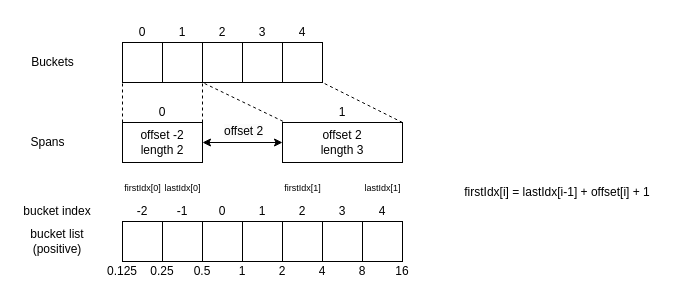
This is prometheus/prometheus-floathistogram-datastructure.drawio from fatsheep9146/drawio-registry, a draw.io file, before an edit. Source tidied: cells renumbered, new cells numbered last; positions are measured from the earlier drawing's top-left corner, leaving out a move shared by most shapes. Both pictures are drawn from the tidied source at 100%, with x=0, y=0 at pixel (17, 17).
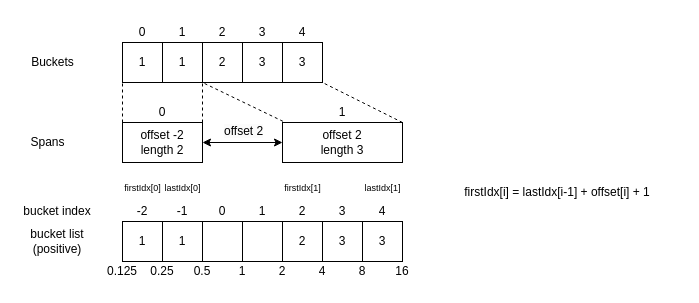
After the change.

Diff of the diagram source:
```diff
@@
-    <mxCell id="2" style="rounded=0;whiteSpace=wrap;html=1;" parent="1" vertex="1">
+    <mxCell id="2" value="1" style="rounded=0;whiteSpace=wrap;html=1;" parent="1" vertex="1">
       <mxGeometry x="105" y="204" width="40" height="40" as="geometry" />
     </mxCell>
@@
-    <mxCell id="6" style="rounded=0;whiteSpace=wrap;html=1;" parent="1" vertex="1">
+    <mxCell id="6" value="1" style="rounded=0;whiteSpace=wrap;html=1;" parent="1" vertex="1">
       <mxGeometry x="145" y="204" width="40" height="40" as="geometry" />
     </mxCell>
@@
-    <mxCell id="17" style="rounded=0;whiteSpace=wrap;html=1;" parent="1" vertex="1">
+    <mxCell id="17" value="2" style="rounded=0;whiteSpace=wrap;html=1;" parent="1" vertex="1">
       <mxGeometry x="265" y="204" width="40" height="40" as="geometry" />
     </mxCell>
@@
-    <mxCell id="22" style="rounded=0;whiteSpace=wrap;html=1;" parent="1" vertex="1">
+    <mxCell id="22" value="1" style="rounded=0;whiteSpace=wrap;html=1;" parent="1" vertex="1">
       <mxGeometry x="105" y="25" width="40" height="40" as="geometry" />
     </mxCell>
-    <mxCell id="23" style="rounded=0;whiteSpace=wrap;html=1;" parent="1" vertex="1">
+    <mxCell id="23" value="1" style="rounded=0;whiteSpace=wrap;html=1;" parent="1" vertex="1">
       <mxGeometry x="145" y="25" width="40" height="40" as="geometry" />
     </mxCell>
@@
-    <mxCell id="25" style="rounded=0;whiteSpace=wrap;html=1;" parent="1" vertex="1">
+    <mxCell id="25" value="3" style="rounded=0;whiteSpace=wrap;html=1;" parent="1" vertex="1">
       <mxGeometry x="305" y="204" width="40" height="40" as="geometry" />
     </mxCell>
@@
-    <mxCell id="29" style="rounded=0;whiteSpace=wrap;html=1;" parent="1" vertex="1">
+    <mxCell id="29" value="2" style="rounded=0;whiteSpace=wrap;html=1;" parent="1" vertex="1">
       <mxGeometry x="185" y="25" width="40" height="40" as="geometry" />
     </mxCell>
-    <mxCell id="30" style="rounded=0;whiteSpace=wrap;html=1;" parent="1" vertex="1">
+    <mxCell id="30" value="3" style="rounded=0;whiteSpace=wrap;html=1;" parent="1" vertex="1">
       <mxGeometry x="225" y="25" width="40" height="40" as="geometry" />
     </mxCell>
@@
-    <mxCell id="33" style="rounded=0;whiteSpace=wrap;html=1;" parent="1" vertex="1">
+    <mxCell id="33" value="3" style="rounded=0;whiteSpace=wrap;html=1;" parent="1" vertex="1">
       <mxGeometry x="345" y="204" width="40" height="40" as="geometry" />
     </mxCell>
@@
-    <mxCell id="38" style="rounded=0;whiteSpace=wrap;html=1;" parent="1" vertex="1">
+    <mxCell id="38" value="3" style="rounded=0;whiteSpace=wrap;html=1;" parent="1" vertex="1">
       <mxGeometry x="265" y="25" width="40" height="40" as="geometry" />
     </mxCell>
```
